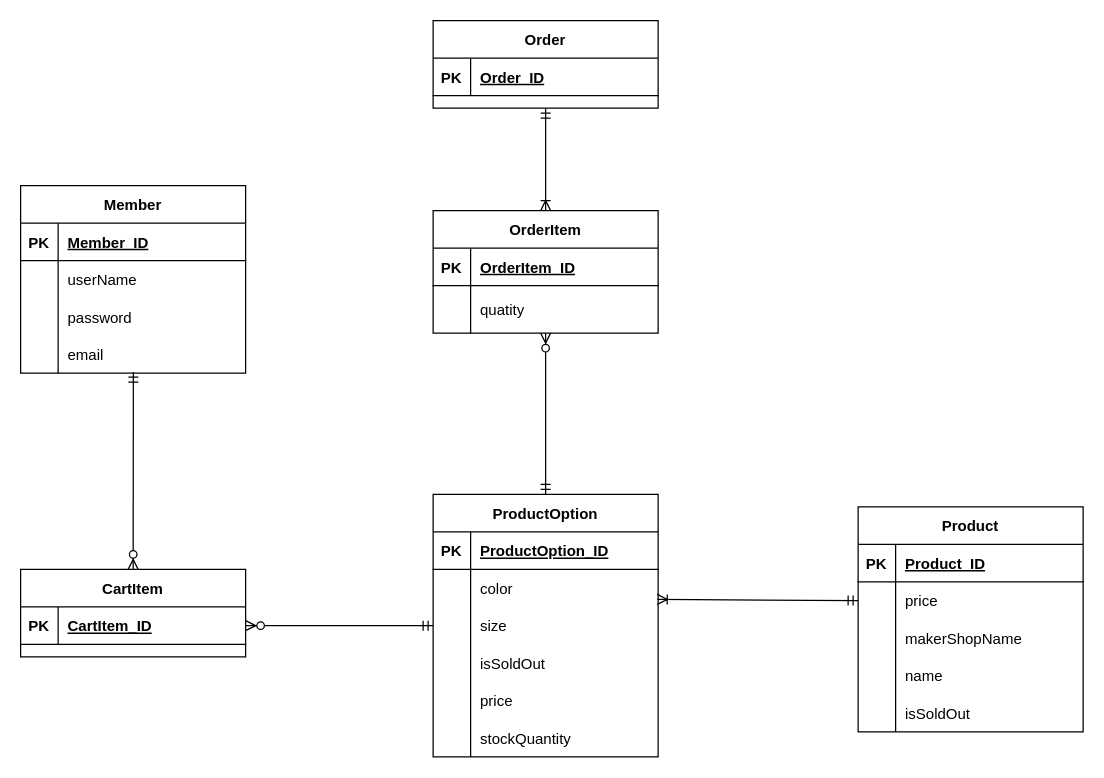
Before: 제목 없는 다이어그램.drawio in NeoGuRi95/Spring-Batch, a draw.io diagram. Source tidied: cells renumbered, new cells numbered last; positions are measured from the earlier drawing's top-left corner, leaving out a move shared by most shapes. Both pictures are drawn from the tidied source at 125%, with x=0, y=0 at pixel (20, 20).
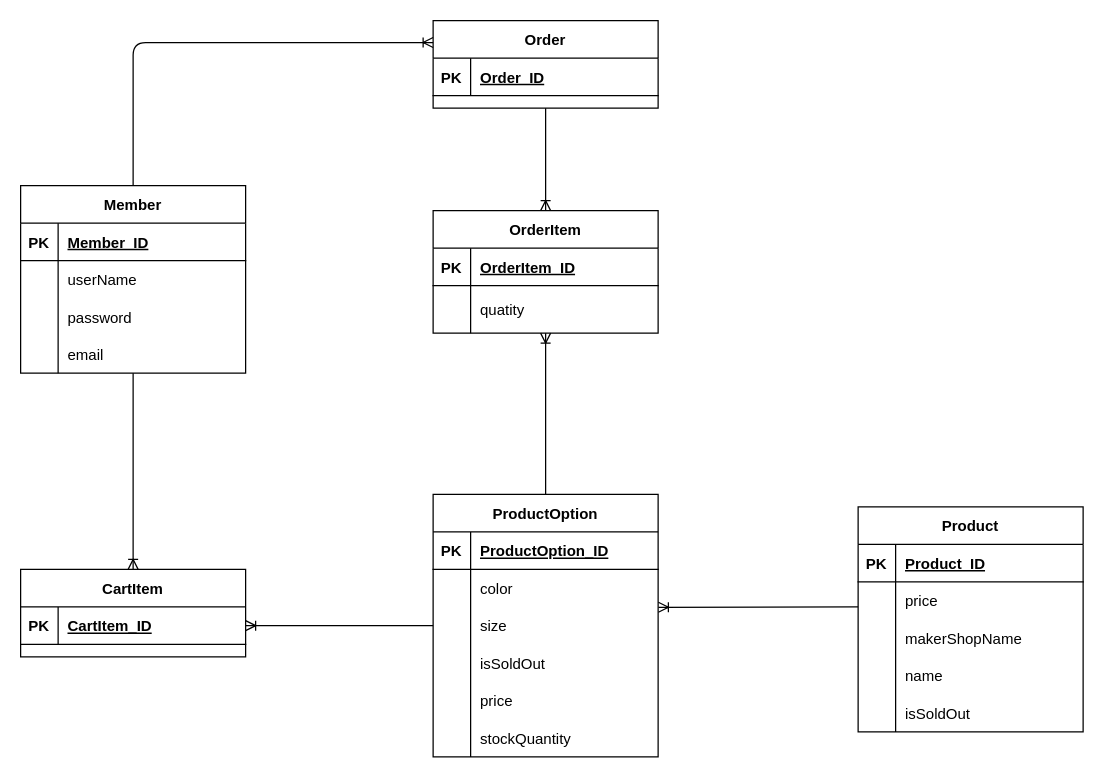
Above is the later version.

Commit message:
쇼핑몰 ERD.drawio 업데이트

The change refers to these unchanged cells:
```xml
<mxCell id="2" value="Member" style="shape=table;startSize=30;childLayout=tableLayout;rowLines=0;fontStyle=1;align=center;swimlaneLine=1;strokeColor=default;fillColor=default;" parent="1" vertex="1">
  <mxGeometry y="132" width="180" height="150" as="geometry" />
</mxCell>
<mxCell id="12" style="shape=tableRow;horizontal=0;startSize=0;swimlaneHead=0;swimlaneBody=0;fillColor=none;points=[[0,0.5],[1,0.5]];portConstraint=eastwest;top=0;left=0;right=0;bottom=0;" parent="2" vertex="1">
  <mxGeometry y="120" width="180" height="30" as="geometry" />
</mxCell>
<mxCell id="15" value="Order" style="shape=table;startSize=30;childLayout=tableLayout;rowLines=0;fontStyle=1;align=center;" parent="1" vertex="1">
  <mxGeometry x="330" width="180" height="70" as="geometry" />
</mxCell>
<mxCell id="19" value="CartItem" style="shape=table;startSize=30;childLayout=tableLayout;rowLines=0;fontStyle=1;align=center;" parent="1" vertex="1">
  <mxGeometry y="439" width="180" height="70" as="geometry" />
</mxCell>
<mxCell id="20" style="shape=tableRow;horizontal=0;startSize=0;swimlaneHead=0;swimlaneBody=0;fillColor=none;points=[[0,0.5],[1,0.5]];portConstraint=eastwest;top=0;left=0;right=0;bottom=1;" parent="19" vertex="1">
  <mxGeometry y="30" width="180" height="30" as="geometry" />
</mxCell>
<mxCell id="27" style="shape=tableRow;horizontal=0;startSize=0;swimlaneHead=0;swimlaneBody=0;fillColor=none;points=[[0,0.5],[1,0.5]];portConstraint=eastwest;top=0;left=0;right=0;bottom=0;" parent="23" vertex="1">
  <mxGeometry y="60" width="180" height="30" as="geometry" />
</mxCell>
<mxCell id="33" value="ProductOption" style="shape=table;startSize=30;childLayout=tableLayout;rowLines=0;fontStyle=1;align=center;" parent="1" vertex="1">
  <mxGeometry x="330" y="379" width="180" height="210" as="geometry" />
</mxCell>
<mxCell id="37" style="shape=tableRow;horizontal=0;startSize=0;swimlaneHead=0;swimlaneBody=0;fillColor=none;points=[[0,0.5],[1,0.5]];portConstraint=eastwest;top=0;left=0;right=0;bottom=0;" parent="33" vertex="1">
  <mxGeometry y="60" width="180" height="30" as="geometry" />
</mxCell>
<mxCell id="40" style="shape=tableRow;horizontal=0;startSize=0;swimlaneHead=0;swimlaneBody=0;fillColor=none;points=[[0,0.5],[1,0.5]];portConstraint=eastwest;top=0;left=0;right=0;bottom=0;" parent="33" vertex="1">
  <mxGeometry y="90" width="180" height="30" as="geometry" />
</mxCell>
<mxCell id="56" value="OrderItem" style="shape=table;startSize=30;childLayout=tableLayout;rowLines=0;fontStyle=1;align=center;strokeColor=default;fillColor=default;" parent="1" vertex="1">
  <mxGeometry x="330" y="152" width="180" height="98" as="geometry" />
</mxCell>
<mxCell id="60" style="shape=tableRow;horizontal=0;startSize=0;swimlaneHead=0;swimlaneBody=0;fillColor=none;points=[[0,0.5],[1,0.5]];portConstraint=eastwest;top=0;left=0;right=0;bottom=0;strokeColor=default;" parent="56" vertex="1">
  <mxGeometry y="60" width="180" height="38" as="geometry" />
</mxCell>
```

Diff of the diagram source:
```diff
@@
-    <mxCell id="54" style="fontSize=12;html=1;endArrow=ERzeroToMany;startArrow=ERmandOne;rounded=1;exitX=0.501;exitY=0.973;exitDx=0;exitDy=0;exitPerimeter=0;" parent="1" edge="1" source="12" target="19">
-      <mxGeometry relative="1" as="geometry" />
-    </mxCell>
-    <mxCell id="55" style="fontSize=12;html=1;endArrow=ERzeroToMany;startArrow=ERmandOne;rounded=1;entryX=1;entryY=0.5;entryDx=0;entryDy=0;exitX=0;exitY=0.5;exitDx=0;exitDy=0;" parent="1" edge="1" source="40" target="20">
-      <mxGeometry relative="1" as="geometry" />
-    </mxCell>
@@
+    <mxCell id="64" style="fontSize=12;html=1;endArrow=ERoneToMany;exitX=0.5;exitY=0;exitDx=0;exitDy=0;" parent="1" edge="1" source="33" target="60">
+      <mxGeometry relative="1" as="geometry" />
+    </mxCell>
+    <mxCell id="55" style="fontSize=12;html=1;endArrow=ERoneToMany;entryX=1;entryY=0.5;entryDx=0;entryDy=0;exitX=0;exitY=0.5;exitDx=0;exitDy=0;" parent="1" edge="1" source="40" target="20">
+      <mxGeometry relative="1" as="geometry" />
+    </mxCell>
+    <mxCell id="54" style="fontSize=12;html=1;endArrow=ERoneToMany;" parent="1" edge="1" source="12" target="19">
+      <mxGeometry relative="1" as="geometry" />
+    </mxCell>
+    <mxCell id="66" style="fontSize=12;html=1;endArrow=ERoneToMany;edgeStyle=orthogonalEdgeStyle;exitX=0.5;exitY=0;exitDx=0;exitDy=0;entryX=0;entryY=0.25;entryDx=0;entryDy=0;" parent="1" edge="1" source="2" target="15">
+      <mxGeometry relative="1" as="geometry" />
+    </mxCell>
-    <mxCell id="63" style="fontSize=12;html=1;endArrow=ERoneToMany;startArrow=ERmandOne;entryX=0.5;entryY=0;entryDx=0;entryDy=0;exitX=0.5;exitY=1;exitDx=0;exitDy=0;" parent="1" edge="1" source="15" target="56">
+    <mxCell id="63" style="fontSize=12;html=1;endArrow=ERoneToMany;exitX=0.5;exitY=1;exitDx=0;exitDy=0;entryX=0.5;entryY=0;entryDx=0;entryDy=0;" parent="1" edge="1" source="15" target="56">
       <mxGeometry relative="1" as="geometry" />
     </mxCell>
-    <mxCell id="64" style="fontSize=12;html=1;endArrow=ERzeroToMany;startArrow=ERmandOne;rounded=1;exitX=0.5;exitY=0;exitDx=0;exitDy=0;" parent="1" edge="1" source="33" target="60">
-      <mxGeometry relative="1" as="geometry" />
-    </mxCell>
-    <mxCell id="65" style="fontSize=12;html=1;endArrow=ERoneToMany;startArrow=ERmandOne;exitX=0;exitY=0.5;exitDx=0;exitDy=0;entryX=0.996;entryY=0.8;entryDx=0;entryDy=0;entryPerimeter=0;" parent="1" edge="1" source="27" target="37">
-      <mxGeometry relative="1" as="geometry" />
-    </mxCell>
+    <mxCell id="67" style="fontSize=12;html=1;endArrow=ERoneToMany;entryX=1.001;entryY=-0.089;entryDx=0;entryDy=0;entryPerimeter=0;" parent="1" edge="1">
+      <mxGeometry relative="1" as="geometry">
+        <mxPoint x="670" y="469" as="sourcePoint" />
+        <mxPoint x="510.2" y="469.3" as="targetPoint" />
+      </mxGeometry>
+    </mxCell>
```
